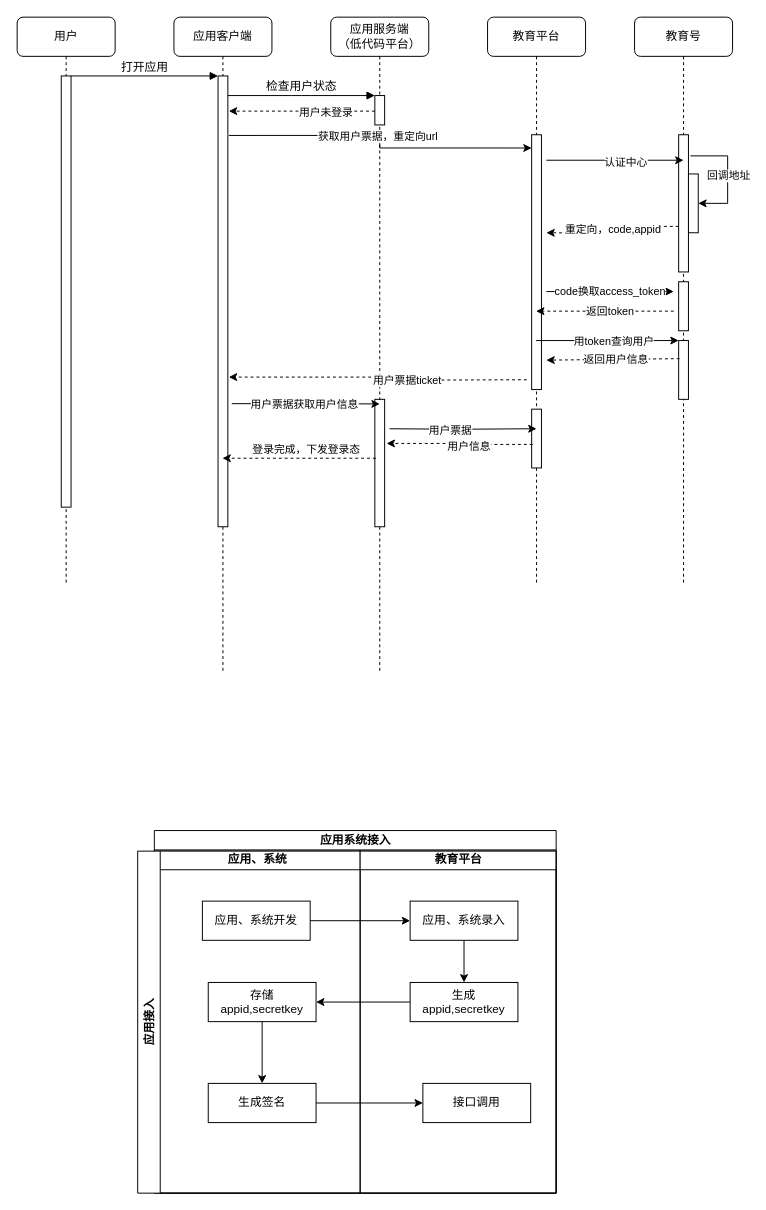
The draw.io diagram 低代码应用单点登录流程.drawio in liangdengming/diagrams, before the edit. Source tidied: cells renumbered, new cells numbered last; positions are measured from the earlier drawing's top-left corner, leaving out a move shared by most shapes. Both pictures are drawn from the tidied source at 98%, with x=0, y=0 at pixel (17, 17).
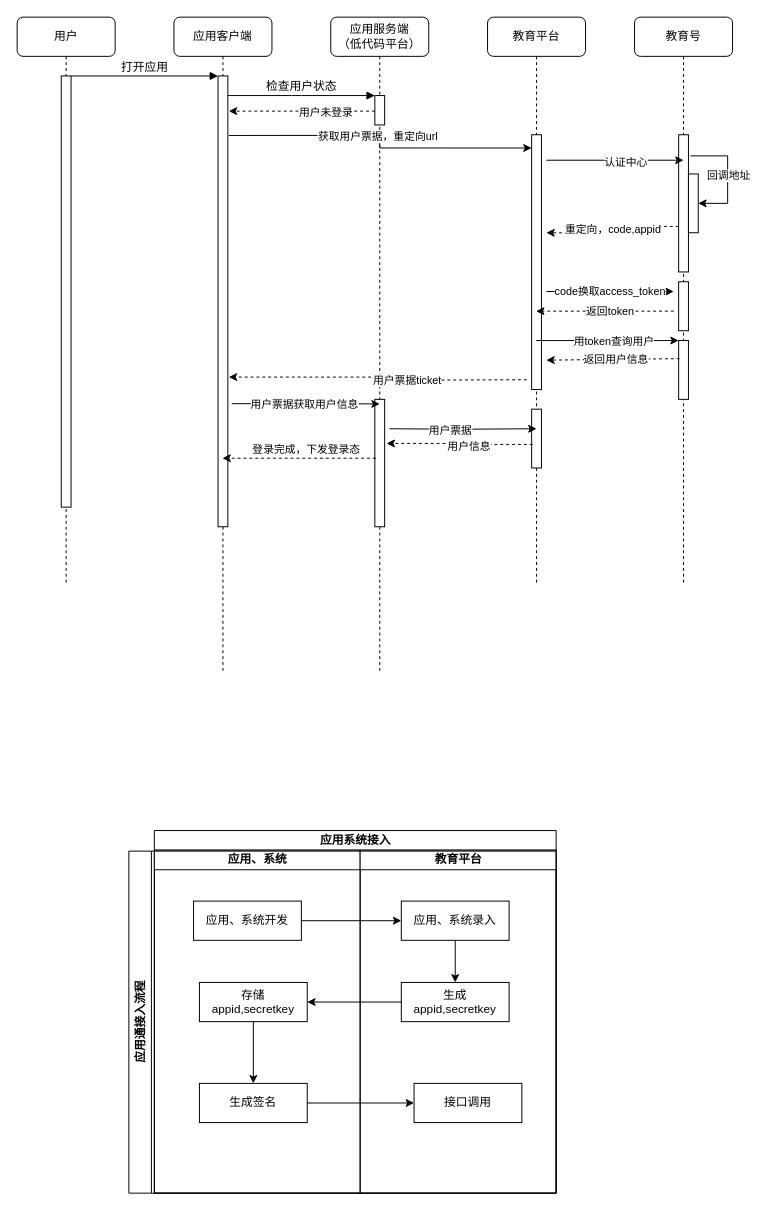
The same page after the edit.

Commit message:
更新低代码应用单点登录流程.drawio

Change to the diagram source:
```diff
@@
-    <mxCell id="54" value="应用接入" style="swimlane;horizontal=0;whiteSpace=wrap;html=1;" parent="1" vertex="1">
-      <mxGeometry x="123" y="851" width="427" height="349" as="geometry" />
+    <mxCell id="54" value="应用通接入流程" style="swimlane;horizontal=0;whiteSpace=wrap;html=1;" parent="1" vertex="1">
+      <mxGeometry x="114" y="851" width="436" height="349" as="geometry" />
     </mxCell>
```
